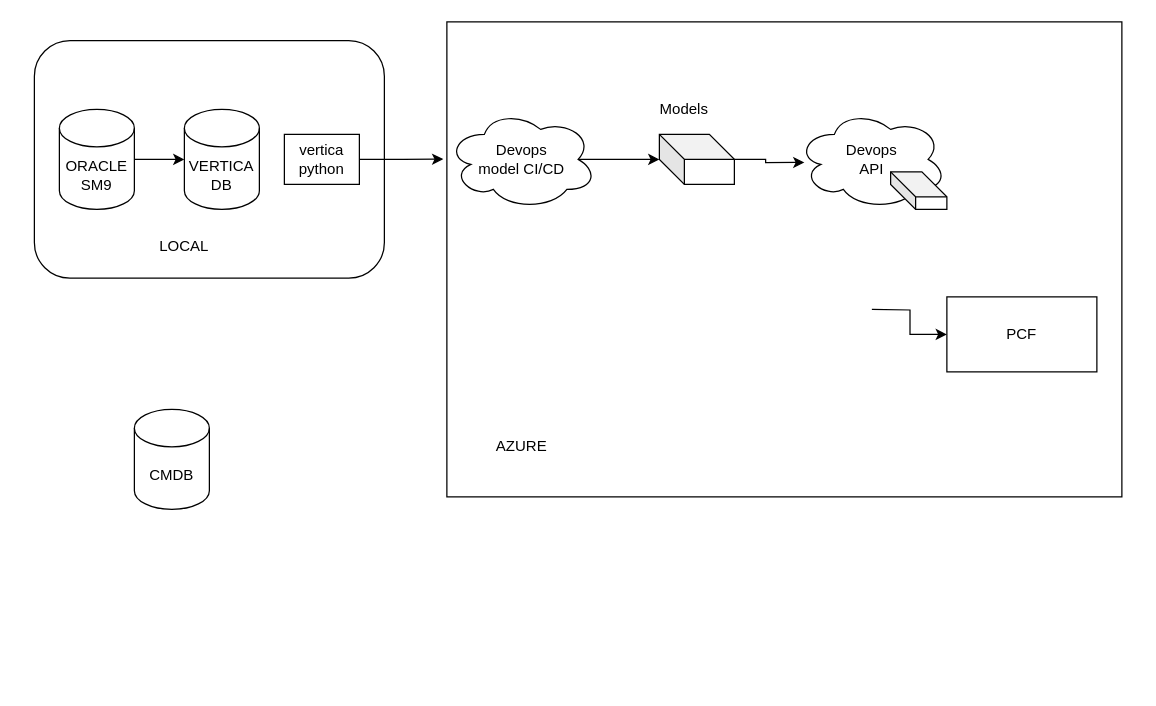
Earlier version of the draw.io diagram IT_incidents_ci_cd.drawio (mhux2000/100-pandas-puzzles). Source tidied: cells renumbered, new cells numbered last; positions are measured from the earlier drawing's top-left corner, leaving out a move shared by most shapes. Both pictures are drawn from the tidied source at 125%, with x=0, y=0 at pixel (34, 21).
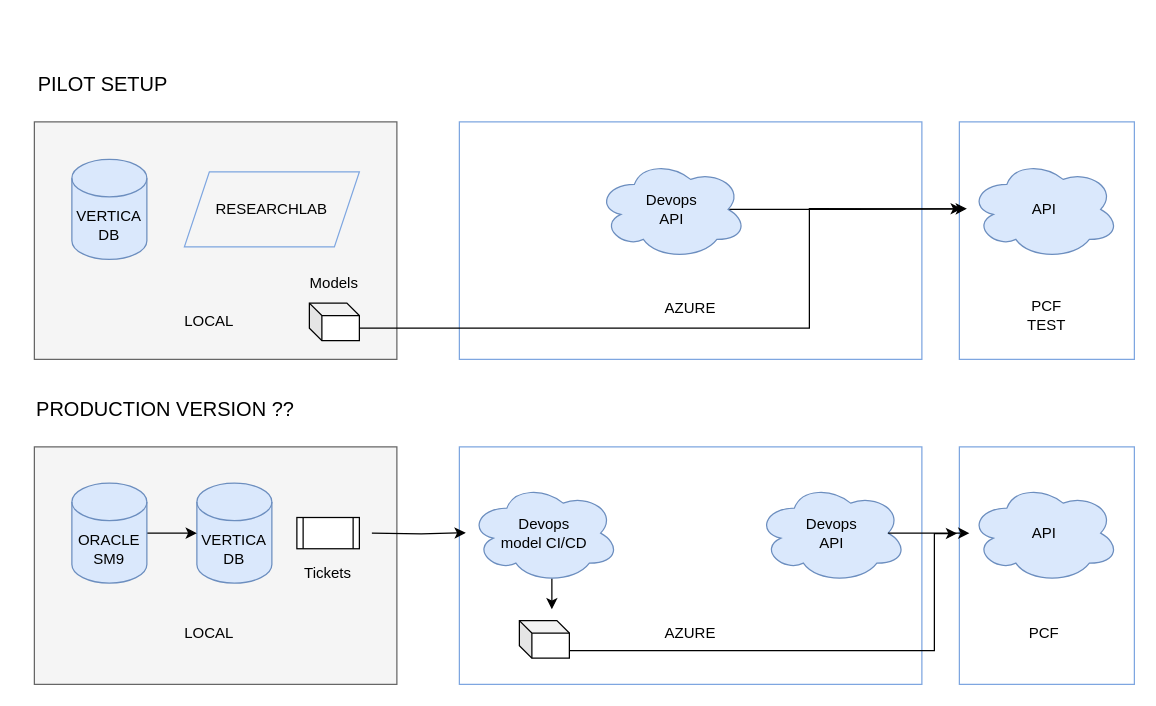
After the change.

Diff of the diagram source:
```diff
@@
+    <mxCell id="21" style="group;" parent="1" vertex="1">
+      <mxGeometry y="80" width="880" height="190" as="geometry" />
+    </mxCell>
+    <mxCell id="22" style="rounded=0;whiteSpace=wrap;html=1;strokeColor=#7EA6E0;" parent="21" vertex="1">
+      <mxGeometry x="740" width="140" height="190" as="geometry" />
+    </mxCell>
+    <mxCell id="23" style="rounded=0;whiteSpace=wrap;html=1;strokeColor=#7EA6E0;" parent="21" vertex="1">
+      <mxGeometry x="340" width="370" height="190" as="geometry" />
+    </mxCell>
+    <mxCell id="24" value="AZURE" style="text;html=1;strokeColor=none;fillColor=none;align=center;verticalAlign=middle;whiteSpace=wrap;rounded=0;" parent="21" vertex="1">
+      <mxGeometry x="505" y="139" width="40" height="20" as="geometry" />
+    </mxCell>
+    <mxCell id="25" style="rounded=0;whiteSpace=wrap;html=1;fillColor=#f5f5f5;strokeColor=#666666;fontColor=#333333;" parent="21" vertex="1">
+      <mxGeometry width="290" height="190" as="geometry" />
+    </mxCell>
+    <mxCell id="26" value="LOCAL" style="text;html=1;strokeColor=none;fillColor=none;align=center;verticalAlign=middle;whiteSpace=wrap;rounded=0;" parent="21" vertex="1">
+      <mxGeometry x="120" y="150" width="40" height="20" as="geometry" />
+    </mxCell>
+    <mxCell id="27" value="VERTICA&lt;br&gt;DB" style="shape=cylinder3;whiteSpace=wrap;html=1;boundedLbl=1;backgroundOutline=1;size=15;fillColor=#dae8fc;strokeColor=#6c8ebf;" parent="21" vertex="1">
+      <mxGeometry x="30" y="30" width="60" height="80" as="geometry" />
+    </mxCell>
+    <mxCell id="28" value="RESEARCHLAB" style="shape=parallelogram;perimeter=parallelogramPerimeter;whiteSpace=wrap;html=1;fixedSize=1;rounded=0;strokeColor=#7EA6E0;fillColor=none;" parent="21" vertex="1">
+      <mxGeometry x="120" y="40" width="140" height="60" as="geometry" />
+    </mxCell>
+    <mxCell id="29" style="edgeStyle=orthogonalEdgeStyle;rounded=0;jettySize=auto;html=1;exitX=0;exitY=0;exitDx=40;exitDy=20;exitPerimeter=0;entryX=0.014;entryY=0.366;entryDx=0;entryDy=0;entryPerimeter=0;fontSize=16;" parent="21" edge="1" source="30" target="22">
+      <mxGeometry relative="1" as="geometry">
+        <Array as="points">
+          <mxPoint x="620" y="165" />
+          <mxPoint x="620" y="70" />
+        </Array>
+      </mxGeometry>
+    </mxCell>
+    <mxCell id="30" style="shape=cube;whiteSpace=wrap;html=1;boundedLbl=1;backgroundOutline=1;darkOpacity=0.05;darkOpacity2=0.1;size=10;" parent="21" vertex="1">
+      <mxGeometry x="220" y="145" width="40" height="30" as="geometry" />
+    </mxCell>
+    <mxCell id="31" style="edgeStyle=orthogonalEdgeStyle;rounded=0;jettySize=auto;html=1;exitX=0.875;exitY=0.5;exitDx=0;exitDy=0;exitPerimeter=0;entryX=0.043;entryY=0.366;entryDx=0;entryDy=0;entryPerimeter=0;" parent="21" edge="1" source="32" target="22">
+      <mxGeometry relative="1" as="geometry" />
+    </mxCell>
+    <mxCell id="32" value="&lt;span&gt;Devops&lt;/span&gt;&lt;br&gt;API" style="ellipse;shape=cloud;whiteSpace=wrap;html=1;fillColor=#dae8fc;strokeColor=#6c8ebf;" parent="21" vertex="1">
+      <mxGeometry x="450" y="30" width="120" height="80" as="geometry" />
+    </mxCell>
+    <mxCell id="33" value="API" style="ellipse;shape=cloud;whiteSpace=wrap;html=1;fillColor=#dae8fc;strokeColor=#6c8ebf;" parent="21" vertex="1">
+      <mxGeometry x="748" y="30" width="120" height="80" as="geometry" />
+    </mxCell>
+    <mxCell id="34" value="PCF TEST" style="text;html=1;strokeColor=none;fillColor=none;align=center;verticalAlign=middle;whiteSpace=wrap;rounded=0;" parent="21" vertex="1">
+      <mxGeometry x="790" y="145" width="40" height="20" as="geometry" />
+    </mxCell>
+    <mxCell id="16" value="Models" style="text;html=1;strokeColor=none;fillColor=none;align=center;verticalAlign=middle;whiteSpace=wrap;rounded=0;" parent="21" vertex="1">
+      <mxGeometry x="220" y="119" width="40" height="20" as="geometry" />
+    </mxCell>
+    <mxCell id="35" value="PILOT SETUP" style="text;html=1;strokeColor=none;fillColor=none;align=center;verticalAlign=middle;whiteSpace=wrap;rounded=0;fontSize=16;" parent="1" vertex="1">
+      <mxGeometry x="-10" y="40" width="130" height="20" as="geometry" />
+    </mxCell>
+    <mxCell id="36" value="PRODUCTION VERSION ??" style="text;html=1;strokeColor=none;fillColor=none;align=center;verticalAlign=middle;whiteSpace=wrap;rounded=0;fontSize=16;" parent="1" vertex="1">
+      <mxGeometry y="300" width="210" height="20" as="geometry" />
+    </mxCell>
+    <mxCell id="37" style="rounded=0;whiteSpace=wrap;html=1;strokeColor=#7EA6E0;" parent="1" vertex="1">
+      <mxGeometry x="740" y="340" width="140" height="190" as="geometry" />
+    </mxCell>
-    <mxCell id="2" style="rounded=1;whiteSpace=wrap;html=1;" parent="1" vertex="1">
-      <mxGeometry y="15" width="280" height="190" as="geometry" />
+    <mxCell id="2" style="rounded=0;whiteSpace=wrap;html=1;fillColor=#f5f5f5;strokeColor=#666666;fontColor=#333333;" parent="1" vertex="1">
+      <mxGeometry y="340" width="290" height="190" as="geometry" />
     </mxCell>
-    <mxCell id="3" style="rounded=0;whiteSpace=wrap;html=1;" parent="1" vertex="1">
-      <mxGeometry x="330" width="540" height="380" as="geometry" />
+    <mxCell id="3" style="rounded=0;whiteSpace=wrap;html=1;strokeColor=#7EA6E0;" parent="1" vertex="1">
+      <mxGeometry x="340" y="340" width="370" height="190" as="geometry" />
     </mxCell>
-    <mxCell id="4" value="VERTICA&lt;br&gt;DB" style="shape=cylinder3;whiteSpace=wrap;html=1;boundedLbl=1;backgroundOutline=1;size=15;" parent="1" vertex="1">
-      <mxGeometry x="120" y="70" width="60" height="80" as="geometry" />
+    <mxCell id="4" value="VERTICA&lt;br&gt;DB" style="shape=cylinder3;whiteSpace=wrap;html=1;boundedLbl=1;backgroundOutline=1;size=15;fillColor=#dae8fc;strokeColor=#6c8ebf;" parent="1" vertex="1">
+      <mxGeometry x="130" y="369" width="60" height="80" as="geometry" />
     </mxCell>
-    <mxCell id="5" value="PCF" style="rounded=0;whiteSpace=wrap;html=1;" parent="1" vertex="1">
-      <mxGeometry x="730" y="220" width="120" height="60" as="geometry" />
-    </mxCell>
     <mxCell id="6" style="edgeStyle=orthogonalEdgeStyle;rounded=0;jettySize=auto;html=1;" parent="1" edge="1" source="7" target="4">
-      <mxGeometry relative="1" as="geometry" />
+      <mxGeometry x="60" y="350" as="geometry" />
     </mxCell>
-    <mxCell id="7" value="ORACLE SM9" style="shape=cylinder3;whiteSpace=wrap;html=1;boundedLbl=1;backgroundOutline=1;size=15;" parent="1" vertex="1">
-      <mxGeometry x="20" y="70" width="60" height="80" as="geometry" />
+    <mxCell id="7" value="ORACLE SM9" style="shape=cylinder3;whiteSpace=wrap;html=1;boundedLbl=1;backgroundOutline=1;size=15;fillColor=#dae8fc;strokeColor=#6c8ebf;" parent="1" vertex="1">
+      <mxGeometry x="30" y="369" width="60" height="80" as="geometry" />
     </mxCell>
-    <mxCell id="8" style="edgeStyle=orthogonalEdgeStyle;rounded=0;jettySize=auto;html=1;exitX=0.875;exitY=0.5;exitDx=0;exitDy=0;exitPerimeter=0;entryX=0;entryY=0;entryDx=0;entryDy=20;entryPerimeter=0;" parent="1" edge="1" source="9" target="15">
-      <mxGeometry relative="1" as="geometry" />
-    </mxCell>
+    <mxCell id="38" style="edgeStyle=orthogonalEdgeStyle;rounded=0;jettySize=auto;html=1;exitX=0.55;exitY=0.95;exitDx=0;exitDy=0;exitPerimeter=0;entryX=0.2;entryY=0.684;entryDx=0;entryDy=0;entryPerimeter=0;fontSize=16;" parent="1" edge="1" source="9" target="3">
+      <mxGeometry relative="1" as="geometry" />
+    </mxCell>
-    <mxCell id="9" value="&lt;span&gt;Devops&lt;/span&gt;&lt;br&gt;&lt;span&gt;model CI/CD&lt;/span&gt;" style="ellipse;shape=cloud;whiteSpace=wrap;html=1;" parent="1" vertex="1">
-      <mxGeometry x="330" y="70" width="120" height="80" as="geometry" />
+    <mxCell id="9" value="&lt;span&gt;Devops&lt;/span&gt;&lt;br&gt;&lt;span&gt;model CI/CD&lt;/span&gt;" style="ellipse;shape=cloud;whiteSpace=wrap;html=1;fillColor=#dae8fc;strokeColor=#6c8ebf;" parent="1" vertex="1">
+      <mxGeometry x="348" y="369" width="120" height="80" as="geometry" />
     </mxCell>
-    <mxCell id="10" style="edgeStyle=orthogonalEdgeStyle;rounded=0;jettySize=auto;html=1;entryX=0;entryY=0.5;entryDx=0;entryDy=0;" parent="1" edge="1" target="5">
-      <mxGeometry relative="1" as="geometry">
-        <mxPoint x="670" y="230" as="sourcePoint" />
-      </mxGeometry>
-    </mxCell>
-    <mxCell id="11" value="&lt;span&gt;Devops&lt;/span&gt;&lt;br&gt;API" style="ellipse;shape=cloud;whiteSpace=wrap;html=1;" parent="1" vertex="1">
-      <mxGeometry x="610" y="70" width="120" height="80" as="geometry" />
+    <mxCell id="11" value="&lt;span&gt;Devops&lt;/span&gt;&lt;br&gt;API" style="ellipse;shape=cloud;whiteSpace=wrap;html=1;fillColor=#dae8fc;strokeColor=#6c8ebf;" parent="1" vertex="1">
+      <mxGeometry x="578" y="369" width="120" height="80" as="geometry" />
     </mxCell>
-    <mxCell id="12" style="edgeStyle=orthogonalEdgeStyle;rounded=0;jettySize=auto;html=1;exitX=1;exitY=0.5;exitDx=0;exitDy=0;entryX=-0.024;entryY=0.497;entryDx=0;entryDy=0;entryPerimeter=0;" parent="1" edge="1" source="13" target="9">
-      <mxGeometry relative="1" as="geometry" />
+    <mxCell id="12" style="edgeStyle=orthogonalEdgeStyle;rounded=0;jettySize=auto;html=1;exitX=1;exitY=0.5;exitDx=0;exitDy=0;entryX=-0.024;entryY=0.497;entryDx=0;entryDy=0;entryPerimeter=0;" parent="1" edge="1" target="9">
+      <mxGeometry x="60" y="350" as="geometry">
+        <mxPoint x="270" y="409" as="sourcePoint" />
+      </mxGeometry>
     </mxCell>
-    <mxCell id="13" value="vertica python" style="rounded=0;whiteSpace=wrap;html=1;" parent="1" vertex="1">
-      <mxGeometry x="200" y="90" width="60" height="40" as="geometry" />
-    </mxCell>
-    <mxCell id="14" style="edgeStyle=orthogonalEdgeStyle;rounded=0;jettySize=auto;html=1;exitX=0;exitY=0;exitDx=60.00000000000001;exitDy=20;exitPerimeter=0;entryX=0.05;entryY=0.531;entryDx=0;entryDy=0;entryPerimeter=0;" parent="1" edge="1" source="15" target="11">
-      <mxGeometry relative="1" as="geometry" />
-    </mxCell>
+    <mxCell id="39" style="edgeStyle=orthogonalEdgeStyle;rounded=0;jettySize=auto;html=1;exitX=0;exitY=0;exitDx=40;exitDy=20;exitPerimeter=0;entryX=-0.013;entryY=0.365;entryDx=0;entryDy=0;entryPerimeter=0;fontSize=16;" parent="1" edge="1" source="15" target="37">
+      <mxGeometry relative="1" as="geometry">
+        <Array as="points">
+          <mxPoint x="720" y="503" />
+          <mxPoint x="720" y="409" />
+        </Array>
+      </mxGeometry>
+    </mxCell>
-    <mxCell id="15" style="shape=cube;whiteSpace=wrap;html=1;boundedLbl=1;backgroundOutline=1;darkOpacity=0.05;darkOpacity2=0.1;" parent="1" vertex="1">
-      <mxGeometry x="500" y="90" width="60" height="40" as="geometry" />
+    <mxCell id="15" style="shape=cube;whiteSpace=wrap;html=1;boundedLbl=1;backgroundOutline=1;darkOpacity=0.05;darkOpacity2=0.1;size=10;" parent="1" vertex="1">
+      <mxGeometry x="388" y="479" width="40" height="30" as="geometry" />
     </mxCell>
-    <mxCell id="16" value="Models" style="text;html=1;strokeColor=none;fillColor=none;align=center;verticalAlign=middle;whiteSpace=wrap;rounded=0;" parent="1" vertex="1">
-      <mxGeometry x="500" y="60" width="40" height="20" as="geometry" />
-    </mxCell>
-    <mxCell id="17" style="shape=cube;whiteSpace=wrap;html=1;boundedLbl=1;backgroundOutline=1;darkOpacity=0.05;darkOpacity2=0.1;" parent="1" vertex="1">
-      <mxGeometry x="685" y="120" width="45" height="30" as="geometry" />
-    </mxCell>
     <mxCell id="18" value="AZURE" style="text;html=1;strokeColor=none;fillColor=none;align=center;verticalAlign=middle;whiteSpace=wrap;rounded=0;" parent="1" vertex="1">
-      <mxGeometry x="370" y="330" width="40" height="20" as="geometry" />
+      <mxGeometry x="505" y="479" width="40" height="20" as="geometry" />
     </mxCell>
     <mxCell id="19" value="LOCAL" style="text;html=1;strokeColor=none;fillColor=none;align=center;verticalAlign=middle;whiteSpace=wrap;rounded=0;" parent="1" vertex="1">
-      <mxGeometry x="100" y="170" width="40" height="20" as="geometry" />
+      <mxGeometry x="120" y="479" width="40" height="20" as="geometry" />
     </mxCell>
-    <mxCell id="20" value="CMDB" style="shape=cylinder3;whiteSpace=wrap;html=1;boundedLbl=1;backgroundOutline=1;size=15;" parent="1" vertex="1">
-      <mxGeometry x="80" y="310" width="60" height="80" as="geometry" />
-    </mxCell>
+    <mxCell id="40" value="API" style="ellipse;shape=cloud;whiteSpace=wrap;html=1;fillColor=#dae8fc;strokeColor=#6c8ebf;" parent="1" vertex="1">
+      <mxGeometry x="748" y="369" width="120" height="80" as="geometry" />
+    </mxCell>
+    <mxCell id="41" style="edgeStyle=orthogonalEdgeStyle;rounded=0;jettySize=auto;html=1;exitX=0.875;exitY=0.5;exitDx=0;exitDy=0;exitPerimeter=0;" parent="1" edge="1" source="11" target="40">
+      <mxGeometry x="68" y="350" as="geometry" />
+    </mxCell>
+    <mxCell id="42" style="shape=process;whiteSpace=wrap;html=1;backgroundOutline=1;" parent="1" vertex="1">
+      <mxGeometry x="210" y="396.5" width="50" height="25" as="geometry" />
+    </mxCell>
+    <mxCell id="43" value="Tickets" style="text;html=1;strokeColor=none;fillColor=none;align=center;verticalAlign=middle;whiteSpace=wrap;rounded=0;" parent="1" vertex="1">
+      <mxGeometry x="215" y="431" width="40" height="20" as="geometry" />
+    </mxCell>
+    <mxCell id="5" value="PCF" style="text;html=1;strokeColor=none;fillColor=none;align=center;verticalAlign=middle;whiteSpace=wrap;rounded=0;" parent="1" vertex="1">
+      <mxGeometry x="788" y="479" width="40" height="20" as="geometry" />
+    </mxCell>
```
